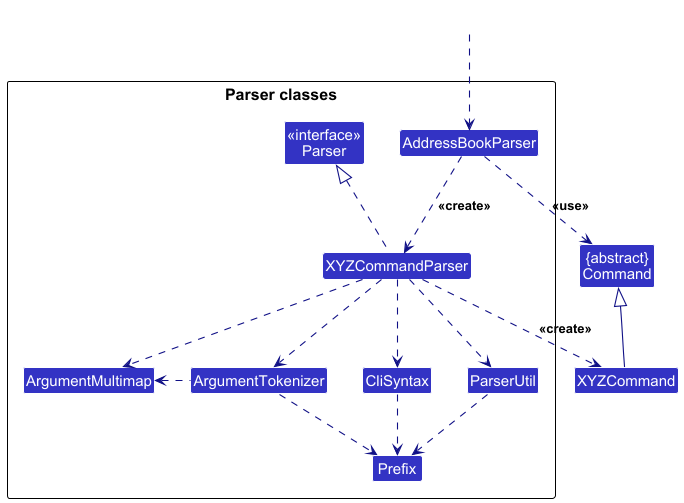
The PlantUML diagram docs/images/ParserClasses.png in nicholasohjj/tp, before a commit. Its diagram source:
```plantuml
@startuml
!include style.puml
skinparam arrowThickness 1.1
skinparam arrowColor LOGIC_COLOR_T4
skinparam classBackgroundColor LOGIC_COLOR

Class "{abstract}\nCommand" as Command
Class XYZCommand

package "Parser classes"{
Class "<<interface>>\nParser" as Parser
Class AddressBookParser
Class XYZCommandParser
Class CliSyntax
Class ParserUtil
Class ArgumentMultimap
Class ArgumentTokenizer
Class Prefix
}

Class HiddenOutside #FFFFFF
HiddenOutside ..> AddressBookParser

AddressBookParser .down.> XYZCommandParser: <<create>>

XYZCommandParser ..> XYZCommand : <<create>>
AddressBookParser ..> Command : <<use>>
XYZCommandParser .up.|> Parser
XYZCommandParser ..> ArgumentMultimap
XYZCommandParser ..> ArgumentTokenizer
ArgumentTokenizer .left.> ArgumentMultimap
XYZCommandParser ..> CliSyntax
CliSyntax ..> Prefix
XYZCommandParser ..> ParserUtil
ParserUtil .down.> Prefix
ArgumentTokenizer .down.> Prefix
XYZCommand -up-|> Command
@enduml
```
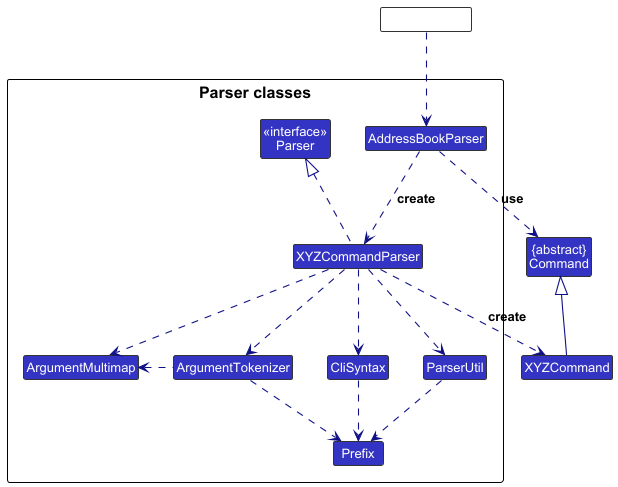
The same file after the commit.

Commit message:
Update UML diagrams and images

The edit, as a diff of the source:
```diff
@@ -3,6 +3,11 @@
 skinparam arrowThickness 1.1
 skinparam arrowColor LOGIC_COLOR_T4
 skinparam classBackgroundColor LOGIC_COLOR
+skinparam class {
+    FontSize 13
+    FontStyle plain
+    BorderColor #333333
+}
 
 Class "{abstract}\nCommand" as Command
 Class XYZCommand
@@ -21,10 +26,11 @@
 Class HiddenOutside #FFFFFF
 HiddenOutside ..> AddressBookParser
 
-AddressBookParser .down.> XYZCommandParser: <<create>>
+AddressBookParser .down.> XYZCommandParser: create
 
-XYZCommandParser ..> XYZCommand : <<create>>
-AddressBookParser ..> Command : <<use>>
+
+XYZCommandParser ..> XYZCommand : create
+AddressBookParser ..> Command : use
 XYZCommandParser .up.|> Parser
 XYZCommandParser ..> ArgumentMultimap
 XYZCommandParser ..> ArgumentTokenizer
```
